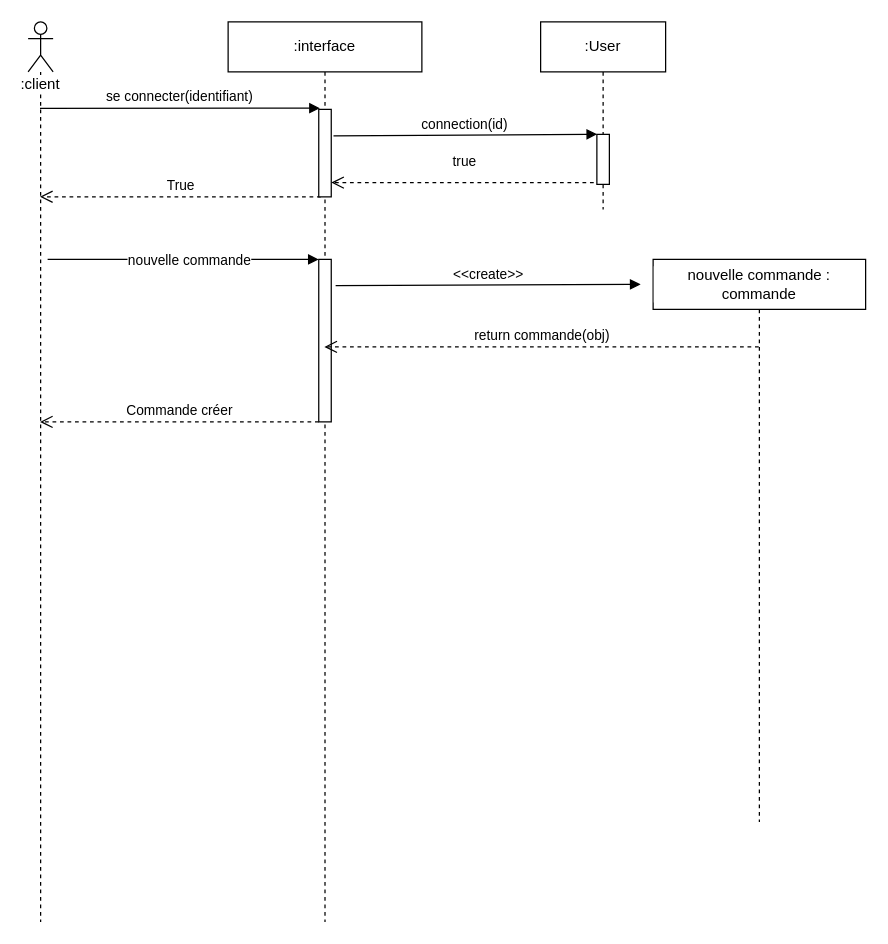
Before: page "créer commande" (2 of 4) of sequence_diagrams.drawio in sebastien-deren/projet_4, a draw.io diagram. Source tidied: cells renumbered, new cells numbered last; positions are measured from the earlier drawing's top-left corner, leaving out a move shared by most shapes. Both pictures are drawn from the tidied source at 125%, with x=0, y=0 at pixel (28, 21).
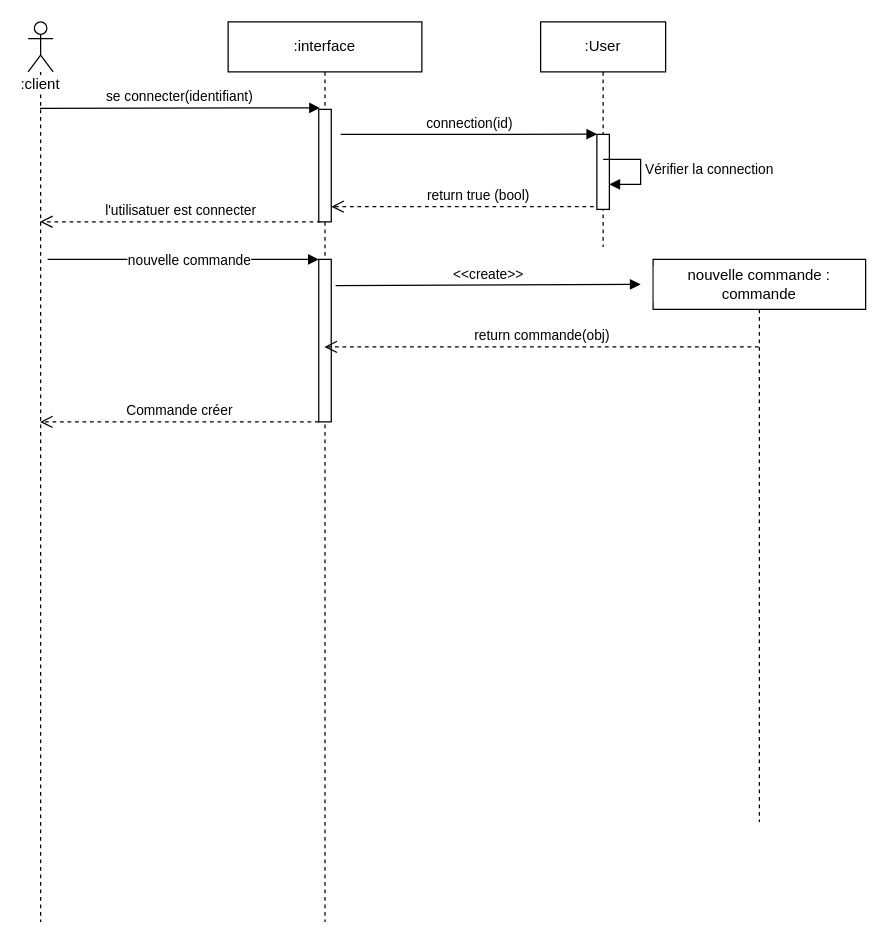
The same page after the edit.

The change refers to these unchanged cells:
```xml
<mxCell id="11" value=":client" style="shape=umlLifeline;participant=umlActor;perimeter=lifelinePerimeter;whiteSpace=wrap;html=1;verticalAlign=top;spacingTop=36;outlineConnect=0;labelBackgroundColor=default;" parent="1" vertex="1">
  <mxGeometry width="20" height="720" as="geometry" />
</mxCell>
<mxCell id="12" value=":interface" style="shape=umlLifeline;perimeter=lifelinePerimeter;whiteSpace=wrap;html=1;outlineConnect=0;labelBackgroundColor=default;" parent="1" vertex="1">
  <mxGeometry x="160" width="155" height="720" as="geometry" />
</mxCell>
```

What changed in the source:
```diff
@@
     <mxCell id="2" value=":User" style="shape=umlLifeline;perimeter=lifelinePerimeter;whiteSpace=wrap;html=1;labelBackgroundColor=default;" parent="1" vertex="1">
-      <mxGeometry x="410" width="100" height="150" as="geometry" />
+      <mxGeometry x="410" width="100" height="180" as="geometry" />
     </mxCell>
     <mxCell id="3" style="html=1;points=[];perimeter=orthogonalPerimeter;labelBackgroundColor=default;snapToPoint=0;" parent="2" vertex="1">
-      <mxGeometry x="45" y="90" width="10" height="40" as="geometry" />
+      <mxGeometry x="45" y="90" width="10" height="60" as="geometry" />
     </mxCell>
+    <mxCell id="17" value="Vérifier la connection" style="edgeStyle=orthogonalEdgeStyle;html=1;align=left;spacingLeft=2;endArrow=block;rounded=0;entryX=1;entryY=0;" parent="2" edge="1">
+      <mxGeometry relative="1" as="geometry">
+        <mxPoint x="50" y="110" as="sourcePoint" />
+        <mxPoint x="55" y="130" as="targetPoint" />
+        <Array as="points">
+          <mxPoint x="80" y="110" />
+        </Array>
+      </mxGeometry>
+    </mxCell>
@@
-    <mxCell id="5" value="True" style="html=1;verticalAlign=bottom;endArrow=open;dashed=1;endSize=8;rounded=0;exitX=0.162;exitY=0.999;exitDx=0;exitDy=0;exitPerimeter=0;" parent="1" edge="1" source="13">
-      <mxGeometry relative="1" as="geometry">
-        <mxPoint x="9.5" y="139.9" as="targetPoint" />
-      </mxGeometry>
+    <mxCell id="5" value="l'utilisatuer est connecter" style="html=1;verticalAlign=bottom;endArrow=open;dashed=1;endSize=8;rounded=0;exitX=0.162;exitY=0.999;exitDx=0;exitDy=0;exitPerimeter=0;" parent="1" edge="1" source="13" target="11">
+      <mxGeometry relative="1" as="geometry" />
     </mxCell>
-    <mxCell id="6" value="connection(id)" style="html=1;verticalAlign=bottom;endArrow=block;rounded=0;entryX=0.024;entryY=-0.002;entryDx=0;entryDy=0;entryPerimeter=0;snapToPoint=1;fixDash=1;exitX=1.179;exitY=0.304;exitDx=0;exitDy=0;exitPerimeter=0;" parent="1" edge="1" source="13" target="3">
-      <mxGeometry relative="1" as="geometry" />
+    <mxCell id="6" value="connection(id)" style="html=1;verticalAlign=bottom;endArrow=block;rounded=0;entryX=0.024;entryY=-0.002;entryDx=0;entryDy=0;entryPerimeter=0;snapToPoint=1;fixDash=1;" parent="1" edge="1" target="3">
+      <mxGeometry relative="1" as="geometry">
+        <mxPoint x="250" y="90" as="sourcePoint" />
+      </mxGeometry>
     </mxCell>
-    <mxCell id="7" value="true" style="html=1;verticalAlign=bottom;endArrow=open;dashed=1;endSize=8;rounded=0;exitX=-0.252;exitY=0.964;exitDx=0;exitDy=0;exitPerimeter=0;" parent="1" edge="1" source="3" target="13">
-      <mxGeometry x="-0.02" y="-8" relative="1" as="geometry" />
+    <mxCell id="7" value="return true (bool)" style="html=1;verticalAlign=bottom;endArrow=open;dashed=1;endSize=8;rounded=0;exitX=-0.252;exitY=0.964;exitDx=0;exitDy=0;exitPerimeter=0;" parent="1" edge="1" source="3" target="13">
+      <mxGeometry x="-0.12" relative="1" as="geometry" />
     </mxCell>
@@
     <mxCell id="13" style="html=1;points=[];perimeter=orthogonalPerimeter;labelBackgroundColor=default;" parent="12" vertex="1">
-      <mxGeometry x="72.5" y="70" width="10" height="70" as="geometry" />
+      <mxGeometry x="72.5" y="70" width="10" height="90" as="geometry" />
     </mxCell>
```
